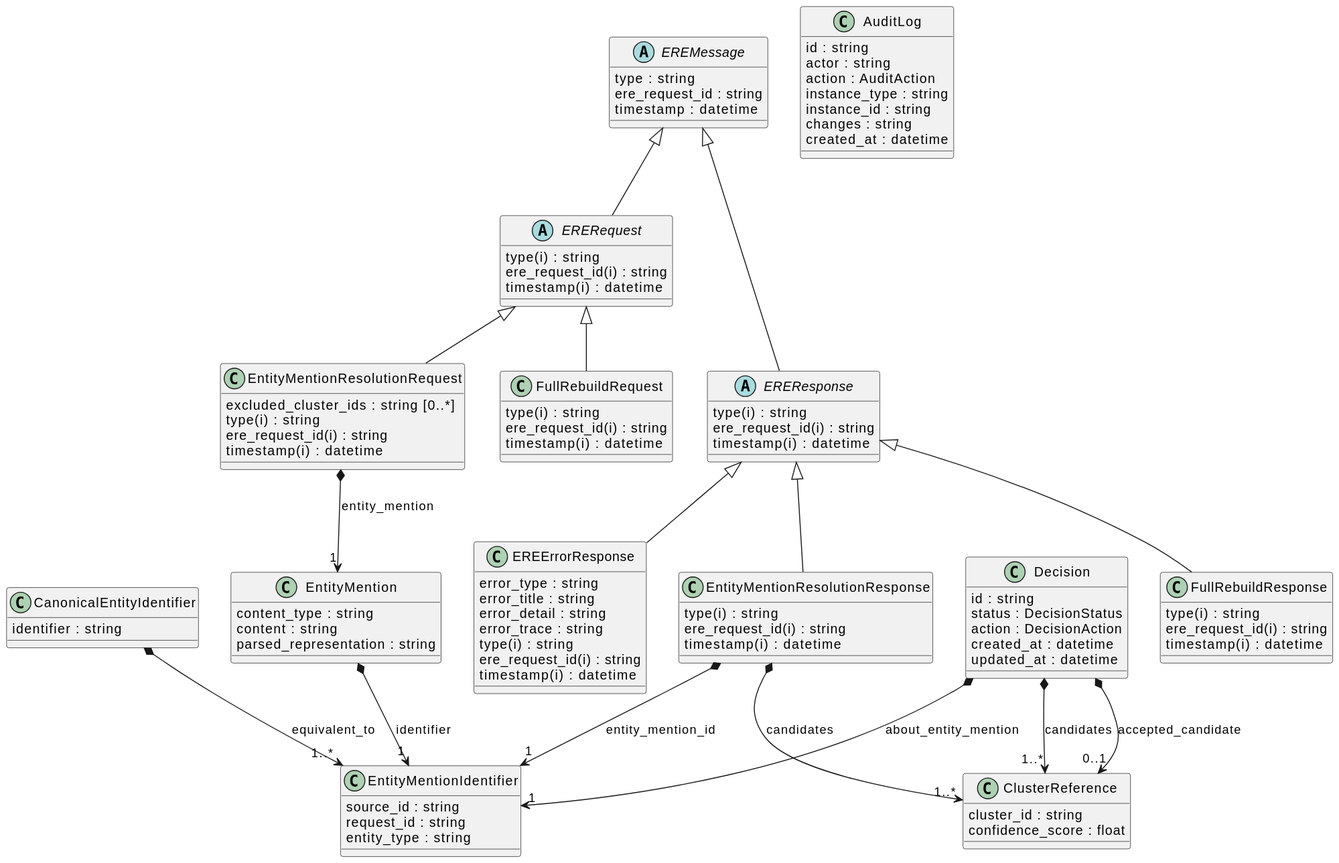
Above: docs/schema/EreServiceSchema.svg in meaningfy-ws/entity-resolution-spec (PlantUML), before the change.
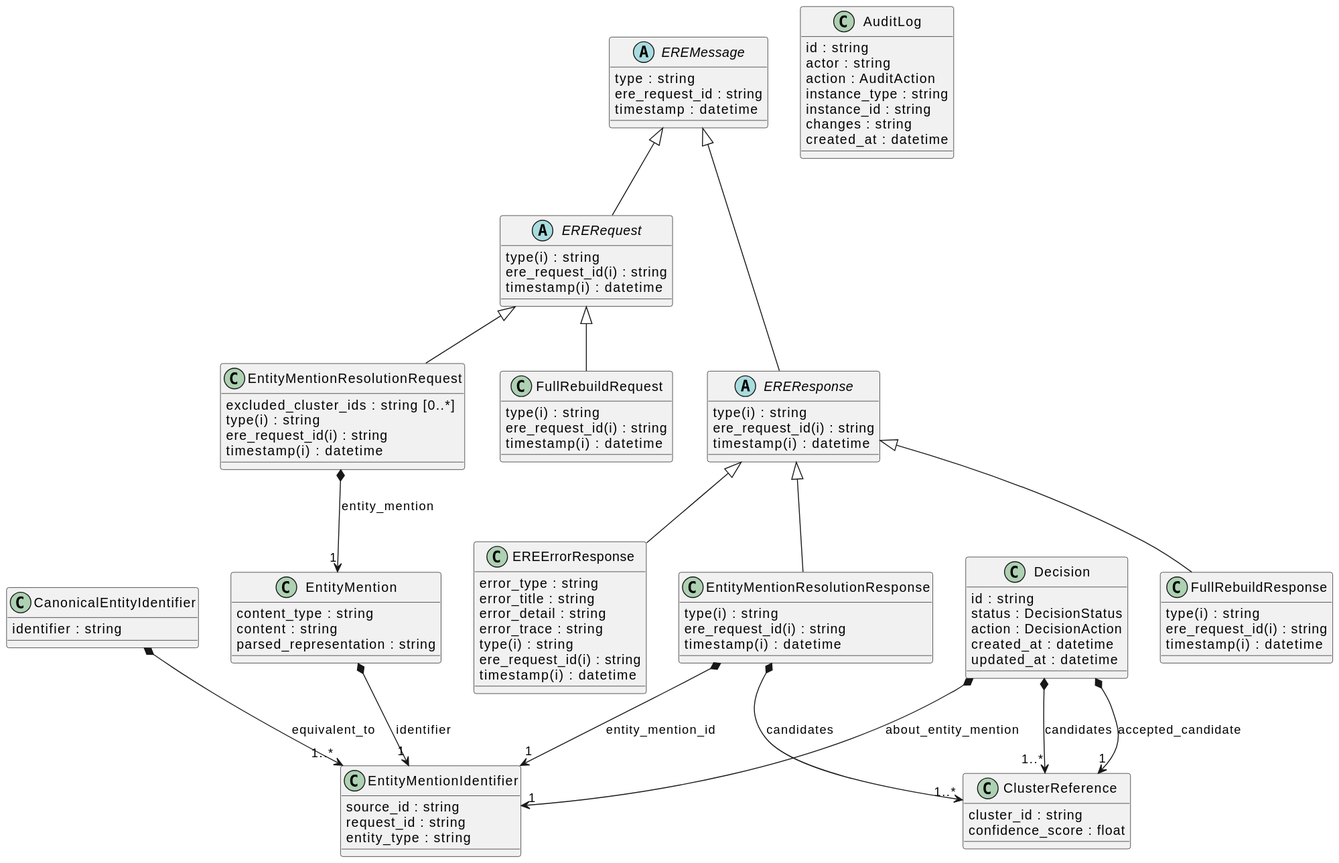
After the change.

Commit message:
fix: make accepted candidate required

Diff of the diagram source:
```diff
@@ -82,7 +82,7 @@
 "ERERequest" ^-- "FullRebuildRequest"
 "EREMessage" ^-- "ERERequest"
 "Decision" *--> "1..*" "ClusterReference" : "candidates"
-"Decision" *--> "0..1" "ClusterReference" : "accepted_candidate"
+"Decision" *--> "1" "ClusterReference" : "accepted_candidate"
 class "AuditLog" [[{Audit trail entry for curation actions}]] {
     {field} id : string
     {field} actor : string
```
